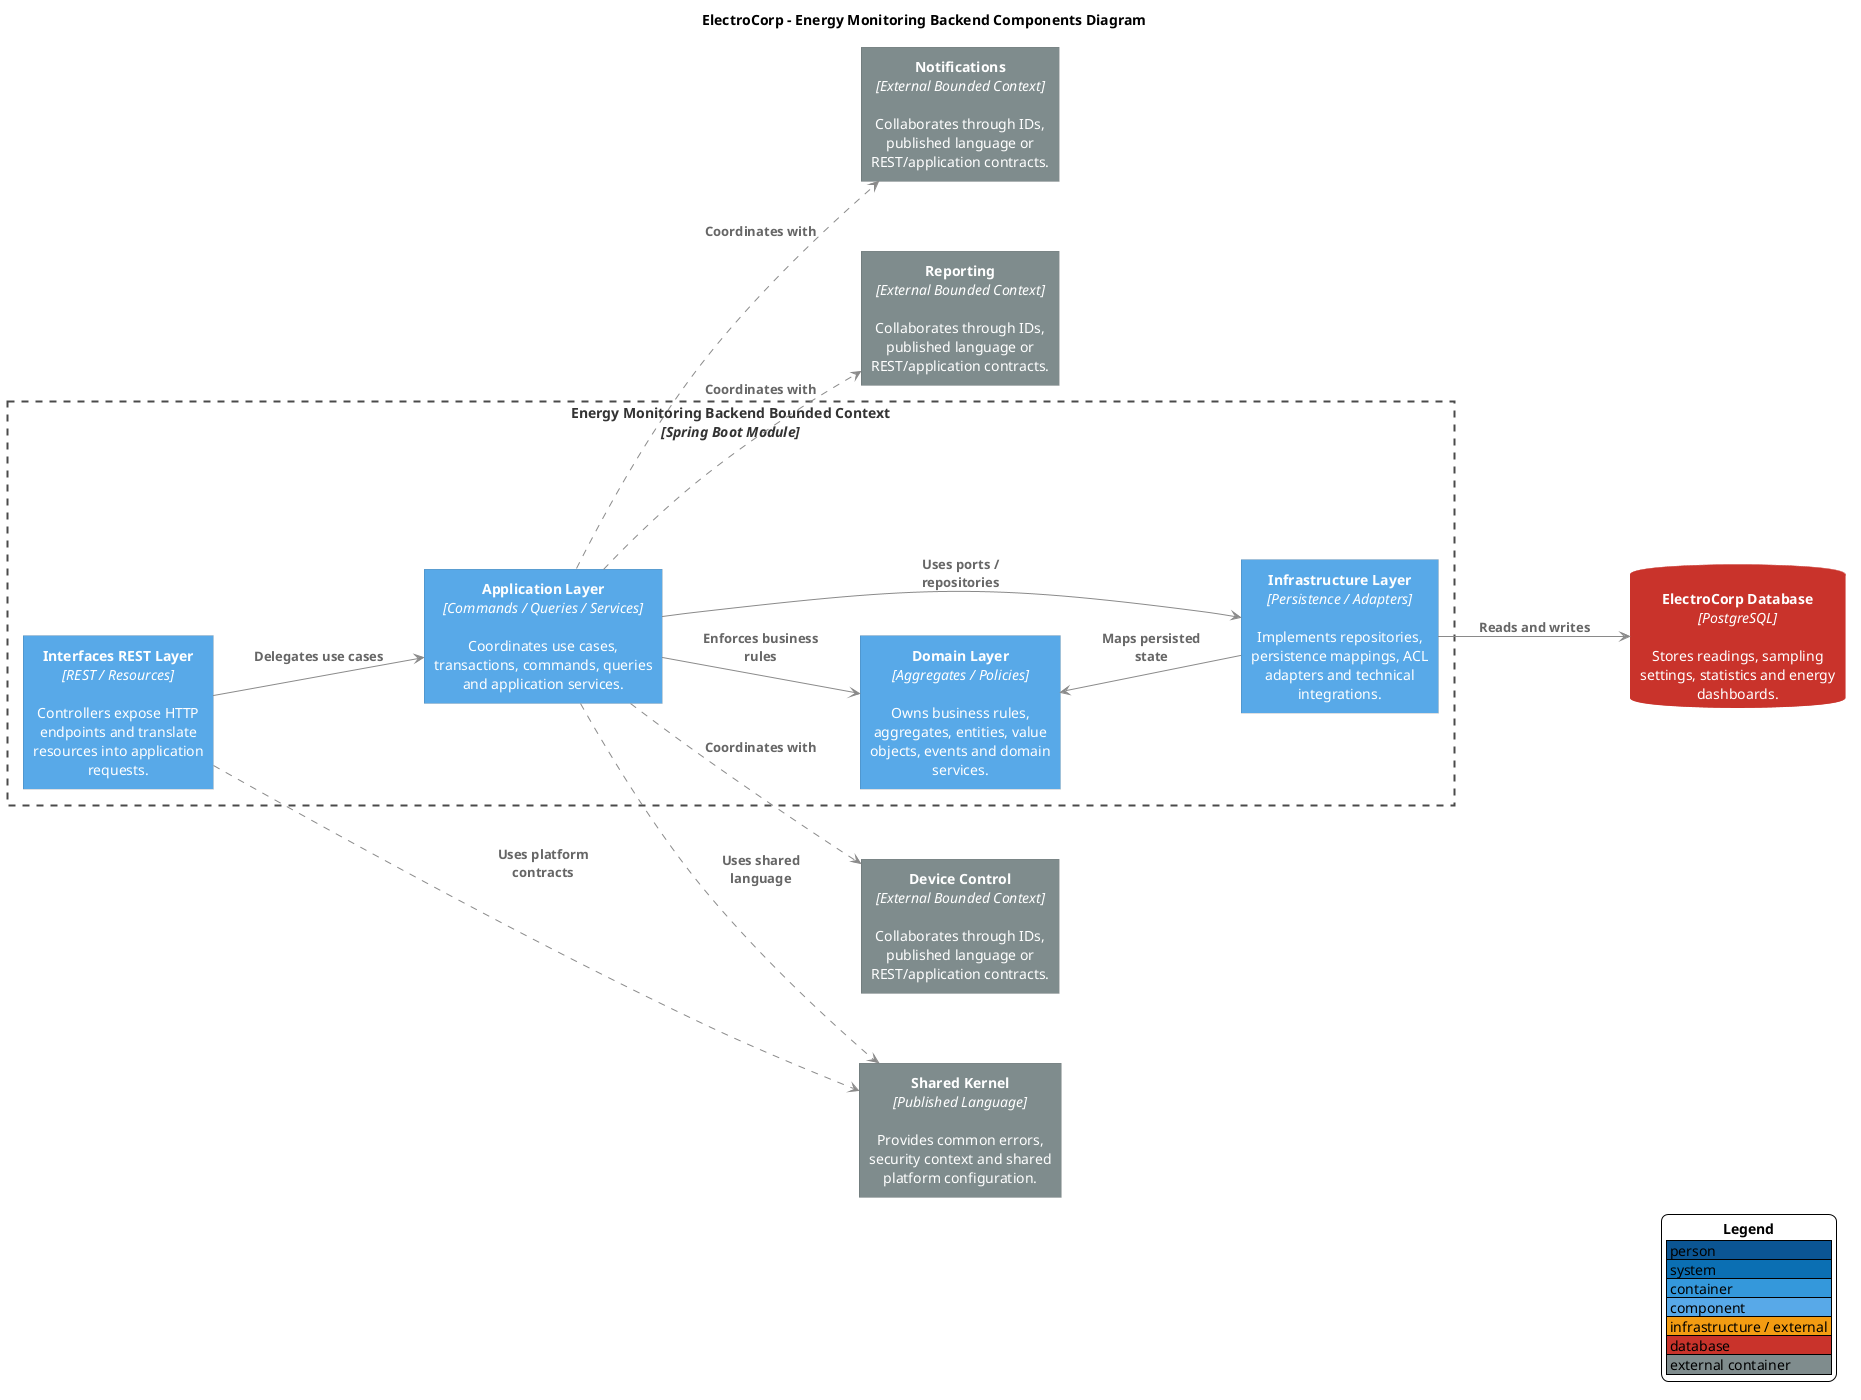
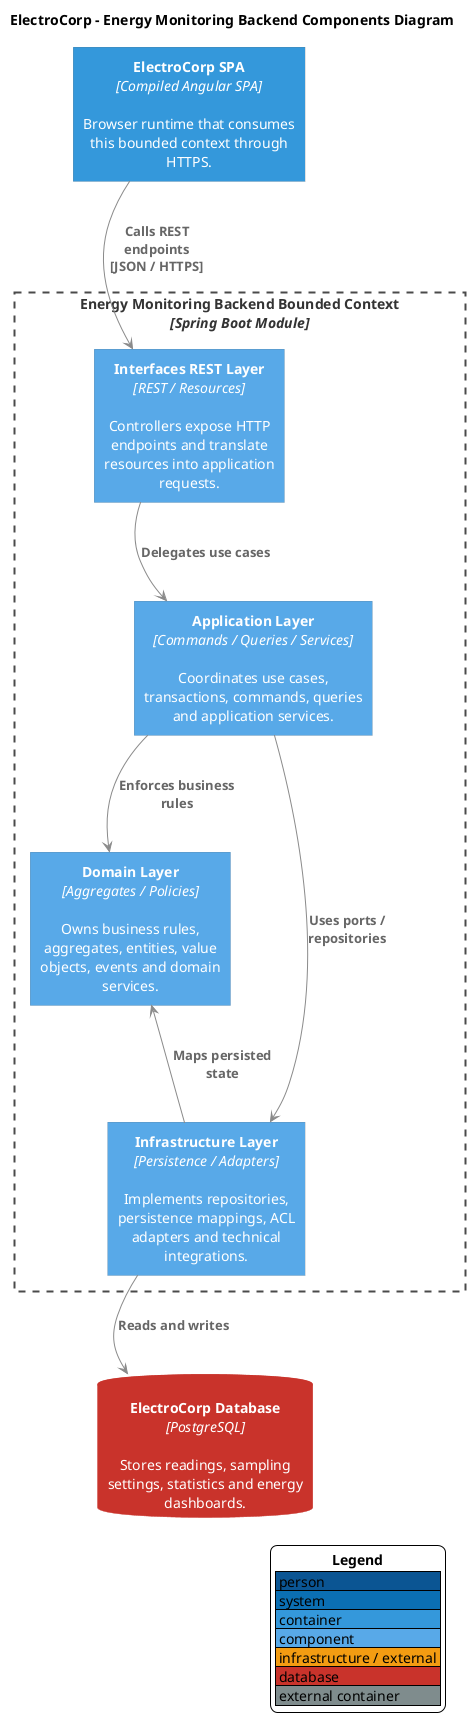
@startuml
skinparam backgroundColor #FFFFFF
skinparam shadowing false
skinparam defaultFontName Arial
skinparam defaultTextAlignment center
skinparam wrapWidth 220
skinparam maxMessageSize 130
skinparam nodesep 70
skinparam ranksep 80
skinparam ArrowColor #8A8A8A
skinparam ArrowFontColor #666666
skinparam ArrowFontStyle bold
skinparam ArrowThickness 1
skinparam rectangleRoundCorner 0
skinparam rectangleBorderThickness 0
skinparam rectangleFontColor #FFFFFF
skinparam rectangleFontStyle plain
skinparam rectangle {
  BorderThickness 0
  MinimumWidth 190
  Padding 12
}
skinparam database {
  MinimumWidth 210
  Padding 12
}
skinparam rectangle<<SystemBoundary>> {
  BackgroundColor transparent
  BorderColor #4A4A4A
  BorderThickness 2
  BorderStyle dashed
  FontColor #333333
  FontStyle bold
  MinimumWidth 760
  Padding 18
}
skinparam rectangle<<BoundedContext>> {
  BackgroundColor transparent
  BorderColor #4A4A4A
  BorderThickness 2
  BorderStyle dashed
  FontColor #333333
  FontStyle bold
  MinimumWidth 760
  Padding 18
}
skinparam databaseBackgroundColor #C9332B
skinparam databaseBorderColor #C9332B
skinparam databaseFontColor #FFFFFF
skinparam databaseFontStyle plain
hide stereotype
- left to right direction
+ top to bottom direction

title ElectroCorp - Energy Monitoring Backend Components Diagram
+ 
+ rectangle "<b>ElectroCorp SPA</b>\n<i>[Compiled Angular SPA]</i>\n\nBrowser runtime that consumes this bounded context through HTTPS." as Spa #3498DB

rectangle "<b>Energy Monitoring Backend Bounded Context</b>\n<i>[Spring Boot Module]</i>" <<BoundedContext>> {
  rectangle "<b>Interfaces REST Layer</b>\n<i>[REST / Resources]</i>\n\nControllers expose HTTP endpoints and translate resources into application requests." as Interfaces #58A9E8
  rectangle "<b>Application Layer</b>\n<i>[Commands / Queries / Services]</i>\n\nCoordinates use cases, transactions, commands, queries and application services." as Application #58A9E8
  rectangle "<b>Domain Layer</b>\n<i>[Aggregates / Policies]</i>\n\nOwns business rules, aggregates, entities, value objects, events and domain services." as Domain #58A9E8
  rectangle "<b>Infrastructure Layer</b>\n<i>[Persistence / Adapters]</i>\n\nImplements repositories, persistence mappings, ACL adapters and technical integrations." as Infrastructure #58A9E8
}
database "<b>ElectroCorp Database</b>\n<i>[PostgreSQL]</i>\n\nStores readings, sampling settings, statistics and energy dashboards." as Database
- rectangle "<b>Shared Kernel</b>\n<i>[Published Language]</i>\n\nProvides common errors, security context and shared platform configuration." as Shared #7F8C8D
- rectangle "<b>Device Control</b>\n<i>[External Bounded Context]</i>\n\nCollaborates through IDs, published language or REST/application contracts." as Dep0 #7F8C8D
- rectangle "<b>Notifications</b>\n<i>[External Bounded Context]</i>\n\nCollaborates through IDs, published language or REST/application contracts." as Dep1 #7F8C8D
- rectangle "<b>Reporting</b>\n<i>[External Bounded Context]</i>\n\nCollaborates through IDs, published language or REST/application contracts." as Dep2 #7F8C8D

+ Spa --> Interfaces : Calls REST endpoints\n[JSON / HTTPS]
Interfaces --> Application : Delegates use cases
Application --> Domain : Enforces business rules
Application --> Infrastructure : Uses ports / repositories
Infrastructure --> Domain : Maps persisted state
Infrastructure --> Database : Reads and writes
- Interfaces ..> Shared : Uses platform contracts
- Application ..> Shared : Uses shared language
- Application ..> Dep0 : Coordinates with
- Application ..> Dep1 : Coordinates with
- Application ..> Dep2 : Coordinates with

- Interfaces -[hidden]right- Application
- Application -[hidden]right- Domain
+ Spa -[hidden]down- Interfaces
+ Interfaces -[hidden]down- Application
+ Application -[hidden]down- Domain
Domain -[hidden]right- Infrastructure
+ Infrastructure -[hidden]down- Database

legend right
  <b>Legend</b>
  |<#0B5593> person |
  |<#0B6FB3> system |
  |<#3498DB> container |
  |<#58A9E8> component |
  |<#F39C12> infrastructure / external |
  |<#C9332B> database |
  |<#7F8C8D> external container |
endlegend

@enduml
